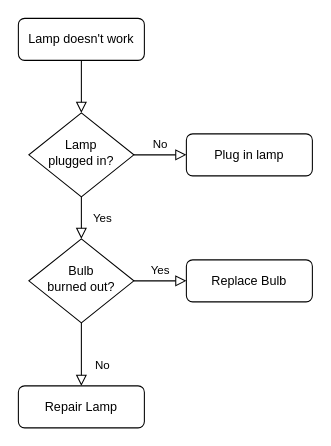
The draw.io diagram Untitled Diagram.drawio in misstify/sf4m, before the edit. Source tidied: cells renumbered, new cells numbered last; positions are measured from the earlier drawing's top-left corner, leaving out a move shared by most shapes. Both pictures are drawn from the tidied source at 105%, with x=0, y=0 at pixel (18, 18).
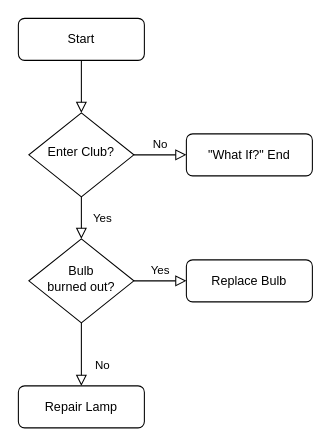
The same diagram, later.

Diff of the diagram source:
```diff
@@
 <mxGraphModel>
   <root>
     <mxCell id="0" />
     <mxCell id="1" parent="0" />
     <mxCell id="2" style="rounded=0;html=1;jettySize=auto;fontSize=11;endArrow=block;endFill=0;endSize=8;strokeWidth=1;shadow=0;labelBackgroundColor=none;edgeStyle=orthogonalEdgeStyle;" parent="1" edge="1" source="3" target="6">
       <mxGeometry relative="1" as="geometry" />
     </mxCell>
-    <mxCell id="3" value="Lamp doesn't work" style="rounded=1;whiteSpace=wrap;html=1;fontSize=12;glass=0;strokeWidth=1;shadow=0;" parent="1" vertex="1">
+    <mxCell id="3" value="Start" style="rounded=1;whiteSpace=wrap;html=1;fontSize=12;glass=0;strokeWidth=1;shadow=0;" parent="1" vertex="1">
       <mxGeometry width="120" height="40" as="geometry" />
     </mxCell>
     <mxCell id="4" value="Yes" style="rounded=0;html=1;jettySize=auto;fontSize=11;endArrow=block;endFill=0;endSize=8;strokeWidth=1;shadow=0;labelBackgroundColor=none;edgeStyle=orthogonalEdgeStyle;" parent="1" edge="1" source="6" target="10">
       <mxGeometry y="20" relative="1" as="geometry" />
     </mxCell>
     <mxCell id="5" value="No" style="edgeStyle=orthogonalEdgeStyle;rounded=0;html=1;jettySize=auto;fontSize=11;endArrow=block;endFill=0;endSize=8;strokeWidth=1;shadow=0;labelBackgroundColor=none;" parent="1" edge="1" source="6" target="7">
       <mxGeometry y="10" relative="1" as="geometry" />
     </mxCell>
-    <mxCell id="6" value="Lamp&lt;br&gt;plugged in?" style="rhombus;whiteSpace=wrap;html=1;shadow=0;fontFamily=Helvetica;fontSize=12;align=center;strokeWidth=1;spacing=6;spacingTop=-4;" parent="1" vertex="1">
+    <mxCell id="6" value="Enter Club?" style="rhombus;whiteSpace=wrap;html=1;shadow=0;fontFamily=Helvetica;fontSize=12;align=center;strokeWidth=1;spacing=6;spacingTop=-4;" parent="1" vertex="1">
       <mxGeometry x="10" y="90" width="100" height="80" as="geometry" />
     </mxCell>
-    <mxCell id="7" value="Plug in lamp" style="rounded=1;whiteSpace=wrap;html=1;fontSize=12;glass=0;strokeWidth=1;shadow=0;" parent="1" vertex="1">
+    <mxCell id="7" value="&quot;What If?&quot; End" style="rounded=1;whiteSpace=wrap;html=1;fontSize=12;glass=0;strokeWidth=1;shadow=0;" parent="1" vertex="1">
       <mxGeometry x="160" y="110" width="120" height="40" as="geometry" />
     </mxCell>
     <mxCell id="8" value="No" style="rounded=0;html=1;jettySize=auto;fontSize=11;endArrow=block;endFill=0;endSize=8;strokeWidth=1;shadow=0;labelBackgroundColor=none;edgeStyle=orthogonalEdgeStyle;" parent="1" edge="1" source="10" target="11">
       <mxGeometry x="0.33" y="20" relative="1" as="geometry" />
     </mxCell>
     <mxCell id="9" value="Yes" style="edgeStyle=orthogonalEdgeStyle;rounded=0;html=1;jettySize=auto;fontSize=11;endArrow=block;endFill=0;endSize=8;strokeWidth=1;shadow=0;labelBackgroundColor=none;" parent="1" edge="1" source="10" target="12">
       <mxGeometry y="10" relative="1" as="geometry" />
     </mxCell>
     <mxCell id="10" value="Bulb&lt;br&gt;burned out?" style="rhombus;whiteSpace=wrap;html=1;shadow=0;fontFamily=Helvetica;fontSize=12;align=center;strokeWidth=1;spacing=6;spacingTop=-4;" parent="1" vertex="1">
       <mxGeometry x="10" y="210" width="100" height="80" as="geometry" />
     </mxCell>
     <mxCell id="11" value="Repair Lamp" style="rounded=1;whiteSpace=wrap;html=1;fontSize=12;glass=0;strokeWidth=1;shadow=0;" parent="1" vertex="1">
       <mxGeometry y="350" width="120" height="40" as="geometry" />
     </mxCell>
     <mxCell id="12" value="Replace Bulb" style="rounded=1;whiteSpace=wrap;html=1;fontSize=12;glass=0;strokeWidth=1;shadow=0;" parent="1" vertex="1">
       <mxGeometry x="160" y="230" width="120" height="40" as="geometry" />
     </mxCell>
   </root>
 </mxGraphModel>
```
